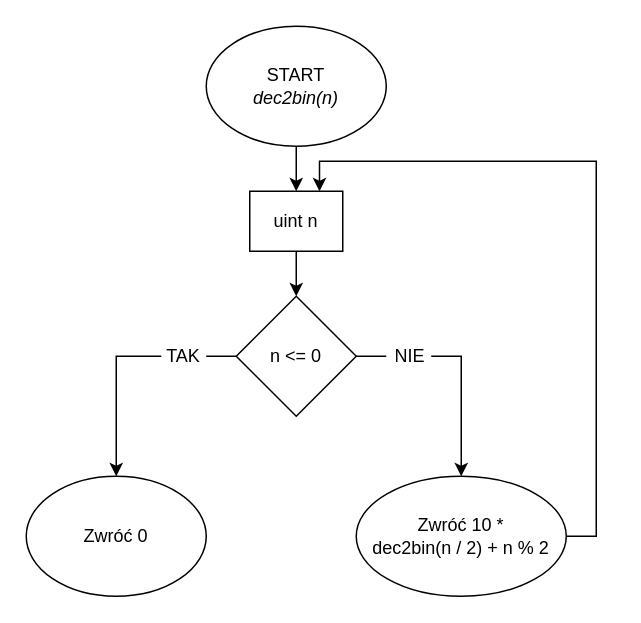
This is page "zadanie_4" (3 of 4) of aisd/lab3.drawio.xml from xparadoxical/wsiz, a draw.io file, before an edit. Source tidied: cells renumbered, new cells numbered last; positions are measured from the earlier drawing's top-left corner, leaving out a move shared by most shapes. Both pictures are drawn from the tidied source at 150%, with x=0, y=0 at pixel (26, 26).
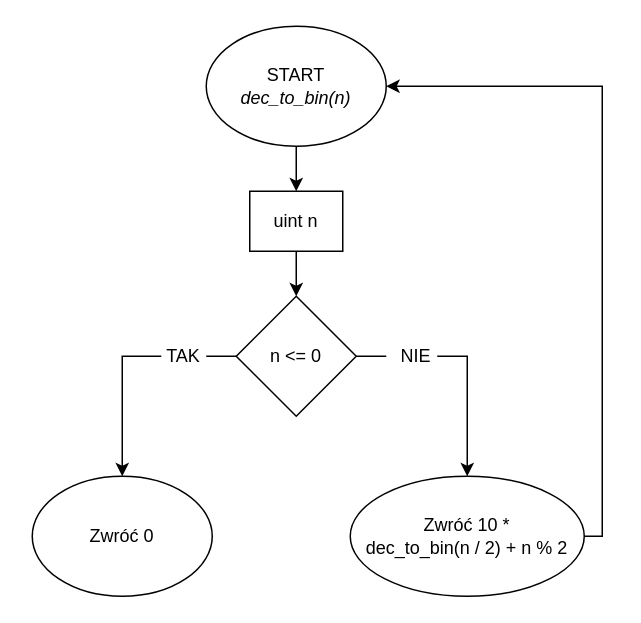
After the change.

What changed in the source:
```diff
@@
 <mxGraphModel>
   <root>
     <mxCell id="0" />
     <mxCell id="1" parent="0" />
     <mxCell id="2" style="edgeStyle=orthogonalEdgeStyle;rounded=0;jettySize=auto;html=1;entryX=0.5;entryY=0;entryDx=0;entryDy=0;" parent="1" edge="1" source="3" target="4">
       <mxGeometry relative="1" as="geometry" />
     </mxCell>
-    <mxCell id="3" value="START&lt;br&gt;&lt;i&gt;dec2bin(n)&lt;/i&gt;" style="ellipse;whiteSpace=wrap;html=1;" parent="1" vertex="1">
+    <mxCell id="3" value="START&lt;br&gt;&lt;i&gt;dec_to_bin(n)&lt;/i&gt;" style="ellipse;whiteSpace=wrap;html=1;" parent="1" vertex="1">
       <mxGeometry x="120" width="120" height="80" as="geometry" />
     </mxCell>
     <mxCell id="4" value="uint n" style="rounded=0;whiteSpace=wrap;html=1;" parent="1" vertex="1">
       <mxGeometry x="149" y="110" width="62" height="40" as="geometry" />
     </mxCell>
     <mxCell id="5" style="edgeStyle=orthogonalEdgeStyle;rounded=0;jettySize=auto;html=1;exitX=0.5;exitY=1;exitDx=0;exitDy=0;" parent="1" edge="1" source="4" target="8">
       <mxGeometry relative="1" as="geometry" />
     </mxCell>
     <mxCell id="6" style="edgeStyle=orthogonalEdgeStyle;rounded=0;jettySize=auto;html=1;exitX=0;exitY=0.5;exitDx=0;exitDy=0;entryX=0.5;entryY=0;entryDx=0;entryDy=0;startArrow=none;" parent="1" edge="1" source="11" target="9">
       <mxGeometry relative="1" as="geometry" />
     </mxCell>
     <mxCell id="7" style="edgeStyle=orthogonalEdgeStyle;rounded=0;jettySize=auto;html=1;exitX=1;exitY=0.5;exitDx=0;exitDy=0;entryX=0.5;entryY=0;entryDx=0;entryDy=0;startArrow=none;" parent="1" edge="1" source="14" target="15">
       <mxGeometry relative="1" as="geometry" />
     </mxCell>
     <mxCell id="8" value="n &amp;lt;= 0" style="rhombus;whiteSpace=wrap;html=1;" parent="1" vertex="1">
       <mxGeometry x="140" y="180" width="80" height="80" as="geometry" />
     </mxCell>
     <mxCell id="9" value="Zwróć 0" style="ellipse;whiteSpace=wrap;html=1;" parent="1" vertex="1">
-      <mxGeometry y="300" width="120" height="80" as="geometry" />
+      <mxGeometry x="4" y="300" width="120" height="80" as="geometry" />
     </mxCell>
     <mxCell id="10" style="edgeStyle=orthogonalEdgeStyle;rounded=0;jettySize=auto;html=1;exitX=0;exitY=0.5;exitDx=0;exitDy=0;entryX=1;entryY=0.5;entryDx=0;entryDy=0;endArrow=none;" parent="1" edge="1" source="8" target="11">
       <mxGeometry relative="1" as="geometry" />
     </mxCell>
     <mxCell id="11" value="TAK" style="text;html=1;strokeColor=none;fillColor=none;align=center;verticalAlign=middle;whiteSpace=wrap;rounded=0;" parent="1" vertex="1">
       <mxGeometry x="90" y="207.5" width="30" height="25" as="geometry" />
     </mxCell>
-    <mxCell id="12" style="edgeStyle=orthogonalEdgeStyle;rounded=0;jettySize=auto;html=1;exitX=1;exitY=0.5;exitDx=0;exitDy=0;entryX=0.75;entryY=0;entryDx=0;entryDy=0;" parent="1" edge="1" source="15" target="4">
-      <mxGeometry relative="1" as="geometry" />
-    </mxCell>
-    <mxCell id="13" style="edgeStyle=orthogonalEdgeStyle;rounded=0;jettySize=auto;html=1;exitX=1;exitY=0.5;exitDx=0;exitDy=0;entryX=0;entryY=0.5;entryDx=0;entryDy=0;endArrow=none;" parent="1" edge="1" source="8" target="14">
-      <mxGeometry relative="1" as="geometry" />
+    <mxCell id="13" style="edgeStyle=orthogonalEdgeStyle;rounded=0;jettySize=auto;html=1;exitX=1;exitY=0.5;exitDx=0;exitDy=0;entryX=0;entryY=0.5;entryDx=0;entryDy=0;endArrow=none;" parent="1" edge="1" source="8">
+      <mxGeometry relative="1" as="geometry">
+        <mxPoint x="240" y="220" as="targetPoint" />
+      </mxGeometry>
     </mxCell>
     <mxCell id="14" value="NIE" style="text;strokeColor=none;fillColor=none;align=left;verticalAlign=middle;spacingLeft=4;spacingRight=4;overflow=hidden;points=[[0,0.5],[1,0.5]];portConstraint=eastwest;whiteSpace=wrap;html=1;" parent="1" vertex="1">
-      <mxGeometry x="240" y="207.5" width="30" height="25" as="geometry" />
+      <mxGeometry x="244" y="207.5" width="30" height="25" as="geometry" />
     </mxCell>
+    <mxCell id="16" style="edgeStyle=orthogonalEdgeStyle;rounded=0;jettySize=auto;html=1;exitX=1;exitY=0.5;exitDx=0;exitDy=0;entryX=1;entryY=0.5;entryDx=0;entryDy=0;" parent="1" edge="1" source="15" target="3">
+      <mxGeometry relative="1" as="geometry">
+        <Array as="points">
+          <mxPoint x="384" y="340" />
+          <mxPoint x="384" y="40" />
+        </Array>
+      </mxGeometry>
+    </mxCell>
-    <mxCell id="15" value="Zwróć 10 *&lt;br style=&quot;border-color: var(--border-color);&quot;&gt;dec2bin(n / 2) + n % 2" style="ellipse;whiteSpace=wrap;html=1;" parent="1" vertex="1">
-      <mxGeometry x="220" y="300" width="140" height="80" as="geometry" />
+    <mxCell id="15" value="Zwróć 10 *&lt;br style=&quot;border-color: var(--border-color);&quot;&gt;dec_to_bin(n / 2) + n % 2" style="ellipse;whiteSpace=wrap;html=1;" parent="1" vertex="1">
+      <mxGeometry x="216" y="300" width="156" height="80" as="geometry" />
     </mxCell>
   </root>
 </mxGraphModel>
```
